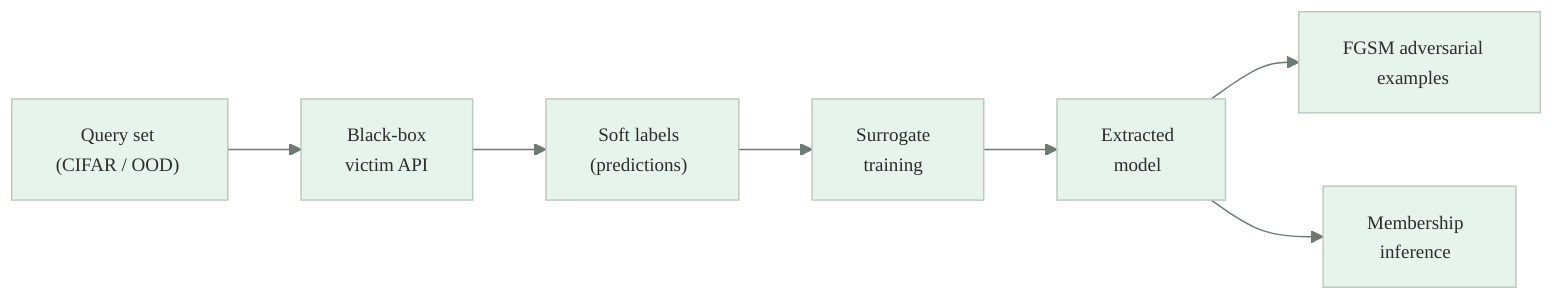
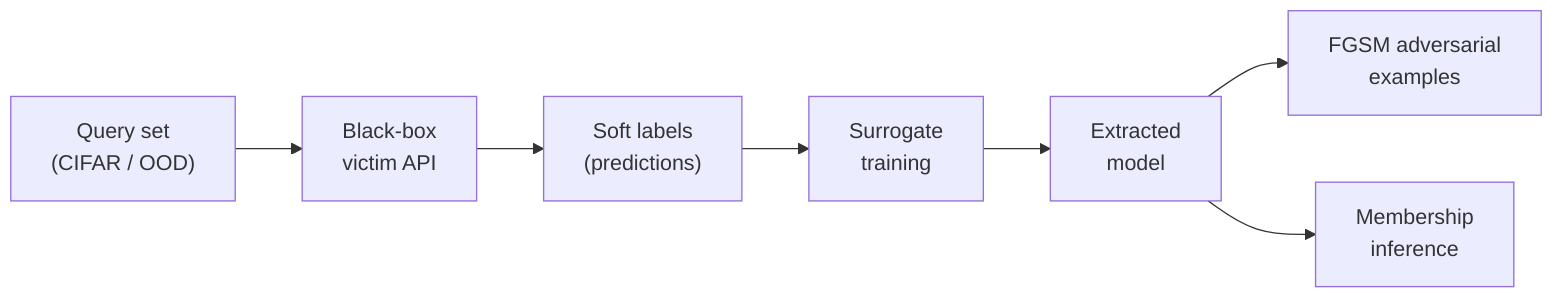
- %%{init: {'theme': 'base', 'themeVariables': {'primaryColor': '#e6f4ec', 'primaryBorderColor': '#bbcabf', 'primaryTextColor': '#2c2c2a', 'lineColor': '#6c7a71', 'fontFamily': 'Inter, system-ui, sans-serif', 'fontSize': '13px'}}}%%
flowchart LR
    A["Query set\n(CIFAR / OOD)"] --> B["Black-box\nvictim API"]
    B --> C["Soft labels\n(predictions)"]
    C --> D["Surrogate\ntraining"]
    D --> E["Extracted\nmodel"]
    E --> F["FGSM adversarial\nexamples"]
    E --> G["Membership\ninference"]
